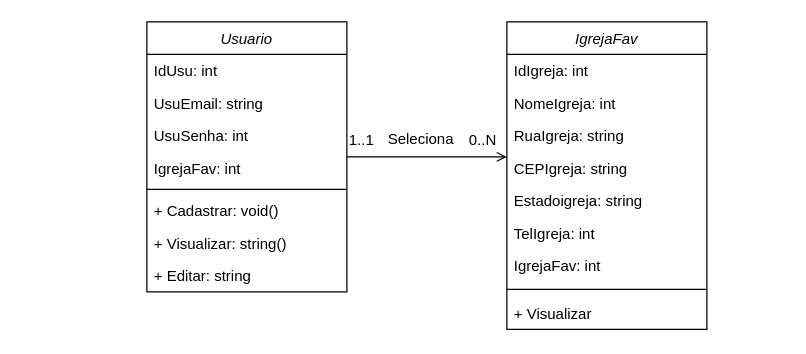
Above: Diagramas e Descrições/Diagrama sem nome.drawio in GustavoPisanello/SpreadBible (draw.io), before the change. Source tidied: cells renumbered, new cells numbered last; positions are measured from the earlier drawing's top-left corner, leaving out a move shared by most shapes. Both pictures are drawn from the tidied source at 125%, with x=0, y=0 at pixel (146, 21).
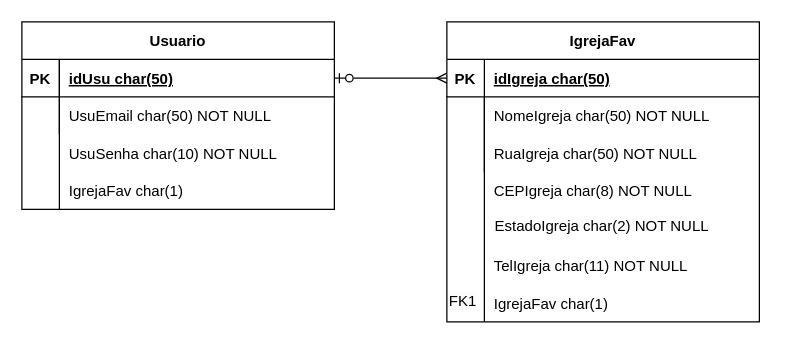
After the change.

What changed in the source:
```diff
@@
-    <mxCell id="0" />
-    <mxCell id="1" parent="0" />
+    <mxCell id="25" />
+    <mxCell id="26" parent="25" />
+    <mxCell id="27" style="edgeStyle=entityRelationEdgeStyle;endArrow=ERmany;startArrow=ERzeroToOne;endFill=0;startFill=0;entryX=0;entryY=0.5;entryDx=0;entryDy=0;" parent="26" edge="1" source="37" target="28">
+      <mxGeometry relative="1" as="geometry" />
+    </mxCell>
+    <mxCell id="11" value="IgrejaFav" style="shape=table;startSize=30;childLayout=tableLayout;rowLines=0;fontStyle=1;align=center;" parent="26" vertex="1">
+      <mxGeometry x="240" width="250" height="240" as="geometry" />
+    </mxCell>
+    <mxCell id="28" style="shape=partialRectangle;fillColor=none;points=[[0,0.5],[1,0.5]];portConstraint=eastwest;top=0;left=0;right=0;bottom=1;" parent="11" vertex="1">
+      <mxGeometry y="30" width="250" height="30" as="geometry" />
+    </mxCell>
+    <mxCell id="29" value="PK" style="shape=partialRectangle;overflow=hidden;fillColor=none;top=0;left=0;bottom=0;right=0;fontStyle=1;" parent="28" vertex="1">
+      <mxGeometry width="30" height="30" as="geometry" />
+    </mxCell>
+    <mxCell id="30" value="idIgreja char(50)" style="shape=partialRectangle;overflow=hidden;fillColor=none;top=0;left=0;bottom=0;right=0;align=left;spacingLeft=6;fontStyle=5;" parent="28" vertex="1">
+      <mxGeometry x="30" width="220" height="30" as="geometry" />
+    </mxCell>
+    <mxCell id="31" style="shape=partialRectangle;fillColor=none;top=0;left=0;right=0;bottom=0;" parent="11" vertex="1">
+      <mxGeometry y="60" width="250" height="30" as="geometry" />
+    </mxCell>
+    <mxCell id="32" style="shape=partialRectangle;overflow=hidden;fillColor=none;top=0;left=0;bottom=0;right=0;" parent="31" vertex="1">
+      <mxGeometry width="30" height="30" as="geometry" />
+    </mxCell>
+    <mxCell id="33" value="NomeIgreja char(50) NOT NULL" style="shape=partialRectangle;overflow=hidden;fillColor=none;top=0;left=0;bottom=0;right=0;align=left;spacingLeft=6;" parent="31" vertex="1">
+      <mxGeometry x="30" width="220" height="30" as="geometry" />
+    </mxCell>
+    <mxCell id="34" style="shape=partialRectangle;fillColor=none;top=0;left=0;right=0;bottom=0;" parent="11" vertex="1">
+      <mxGeometry y="90" width="250" height="30" as="geometry" />
+    </mxCell>
+    <mxCell id="35" style="shape=partialRectangle;overflow=hidden;fillColor=none;top=0;left=0;bottom=0;right=0;" parent="34" vertex="1">
+      <mxGeometry width="30" height="30" as="geometry" />
+    </mxCell>
+    <mxCell id="36" value="RuaIgreja char(50) NOT NULL" style="shape=partialRectangle;overflow=hidden;fillColor=none;top=0;left=0;bottom=0;right=0;align=left;spacingLeft=6;" parent="34" vertex="1">
+      <mxGeometry x="30" width="220" height="30" as="geometry" />
+    </mxCell>
-    <mxCell id="2" value="Usuario" style="swimlane;fontStyle=2;align=center;verticalAlign=top;horizontal=1;startSize=26;rounded=0;shadow=0;strokeWidth=1;" parent="1" vertex="1">
-      <mxGeometry width="160" height="216" as="geometry" />
+    <mxCell id="2" value="Usuario" style="shape=table;startSize=30;childLayout=tableLayout;rowLines=0;fontStyle=1;align=center;" parent="26" vertex="1">
+      <mxGeometry x="-100" width="250" height="150" as="geometry" />
     </mxCell>
-    <mxCell id="3" value="IdUsu: int" style="text;align=left;verticalAlign=top;spacingLeft=4;spacingRight=4;overflow=hidden;" parent="2" vertex="1">
-      <mxGeometry y="26" width="160" height="26" as="geometry" />
-    </mxCell>
-    <mxCell id="4" value="UsuEmail: string" style="text;align=left;verticalAlign=top;spacingLeft=4;spacingRight=4;overflow=hidden;rounded=0;shadow=0;html=0;" parent="2" vertex="1">
-      <mxGeometry y="52" width="160" height="26" as="geometry" />
-    </mxCell>
-    <mxCell id="5" value="UsuSenha: int" style="text;align=left;verticalAlign=top;spacingLeft=4;spacingRight=4;overflow=hidden;rounded=0;shadow=0;html=0;" parent="2" vertex="1">
-      <mxGeometry y="78" width="160" height="26" as="geometry" />
-    </mxCell>
-    <mxCell id="6" value="IgrejaFav: int" style="text;align=left;verticalAlign=top;spacingLeft=4;spacingRight=4;overflow=hidden;rounded=0;shadow=0;html=0;" parent="2" vertex="1">
-      <mxGeometry y="104" width="160" height="26" as="geometry" />
-    </mxCell>
-    <mxCell id="7" style="line;html=1;strokeWidth=1;align=left;verticalAlign=middle;spacingTop=-1;spacingLeft=3;spacingRight=3;labelPosition=right;" parent="2" vertex="1">
-      <mxGeometry y="130" width="160" height="8" as="geometry" />
-    </mxCell>
-    <mxCell id="8" value="+ Cadastrar: void()" style="text;align=left;verticalAlign=top;spacingLeft=4;spacingRight=4;overflow=hidden;" parent="2" vertex="1">
-      <mxGeometry y="138" width="160" height="26" as="geometry" />
-    </mxCell>
-    <mxCell id="9" value="+ Visualizar: string()" style="text;align=left;verticalAlign=top;spacingLeft=4;spacingRight=4;overflow=hidden;" parent="2" vertex="1">
-      <mxGeometry y="164" width="160" height="26" as="geometry" />
-    </mxCell>
-    <mxCell id="10" value="+ Editar: string" style="text;align=left;verticalAlign=top;spacingLeft=4;spacingRight=4;overflow=hidden;" parent="2" vertex="1">
-      <mxGeometry y="190" width="160" height="26" as="geometry" />
-    </mxCell>
-    <mxCell id="11" value="IgrejaFav" style="swimlane;fontStyle=2;align=center;verticalAlign=top;horizontal=1;startSize=26;rounded=0;shadow=0;strokeWidth=1;" parent="1" vertex="1">
-      <mxGeometry x="288" width="160" height="246" as="geometry" />
-    </mxCell>
-    <mxCell id="12" value="IdIgreja: int" style="text;align=left;verticalAlign=top;spacingLeft=4;spacingRight=4;overflow=hidden;" parent="11" vertex="1">
-      <mxGeometry y="26" width="160" height="26" as="geometry" />
-    </mxCell>
-    <mxCell id="13" value="NomeIgreja: int" style="text;align=left;verticalAlign=top;spacingLeft=4;spacingRight=4;overflow=hidden;rounded=0;shadow=0;html=0;" parent="11" vertex="1">
-      <mxGeometry y="52" width="160" height="26" as="geometry" />
-    </mxCell>
-    <mxCell id="14" value="RuaIgreja: string" style="text;align=left;verticalAlign=top;spacingLeft=4;spacingRight=4;overflow=hidden;rounded=0;shadow=0;html=0;" parent="11" vertex="1">
-      <mxGeometry y="78" width="160" height="26" as="geometry" />
-    </mxCell>
-    <mxCell id="15" value="CEPIgreja: string" style="text;align=left;verticalAlign=top;spacingLeft=4;spacingRight=4;overflow=hidden;rounded=0;shadow=0;html=0;" parent="11" vertex="1">
-      <mxGeometry y="104" width="160" height="26" as="geometry" />
-    </mxCell>
-    <mxCell id="16" value="Estadoigreja: string" style="text;align=left;verticalAlign=top;spacingLeft=4;spacingRight=4;overflow=hidden;rounded=0;shadow=0;html=0;" parent="11" vertex="1">
-      <mxGeometry y="130" width="160" height="26" as="geometry" />
-    </mxCell>
-    <mxCell id="17" value="TelIgreja: int" style="text;align=left;verticalAlign=top;spacingLeft=4;spacingRight=4;overflow=hidden;rounded=0;shadow=0;html=0;" parent="11" vertex="1">
-      <mxGeometry y="156" width="160" height="26" as="geometry" />
-    </mxCell>
-    <mxCell id="18" value="IgrejaFav: int" style="text;align=left;verticalAlign=top;spacingLeft=4;spacingRight=4;overflow=hidden;rounded=0;shadow=0;html=0;" parent="11" vertex="1">
-      <mxGeometry y="182" width="160" height="26" as="geometry" />
-    </mxCell>
-    <mxCell id="19" style="line;html=1;strokeWidth=1;align=left;verticalAlign=middle;spacingTop=-1;spacingLeft=3;spacingRight=3;labelPosition=right;" parent="11" vertex="1">
-      <mxGeometry y="208" width="160" height="12" as="geometry" />
-    </mxCell>
-    <mxCell id="20" value="+ Visualizar" style="text;align=left;verticalAlign=top;spacingLeft=4;spacingRight=4;overflow=hidden;" parent="11" vertex="1">
-      <mxGeometry y="220" width="160" height="20" as="geometry" />
-    </mxCell>
-    <mxCell id="21" style="endArrow=open;shadow=0;strokeWidth=1;rounded=0;endFill=1;edgeStyle=elbowEdgeStyle;elbow=vertical;" parent="1" edge="1" source="2" target="11">
-      <mxGeometry x="0.5" y="41" relative="1" as="geometry">
-        <mxPoint x="-40" y="32" as="offset" />
-      </mxGeometry>
-    </mxCell>
-    <mxCell id="22" value="1..1" style="align=left;verticalAlign=bottom;labelBackgroundColor=none;fontSize=12;" parent="21" vertex="1">
-      <mxGeometry x="-1" relative="1" as="geometry">
-        <mxPoint y="-5" as="offset" />
-      </mxGeometry>
-    </mxCell>
-    <mxCell id="23" value="0..N" style="align=right;verticalAlign=bottom;labelBackgroundColor=none;fontSize=12;" parent="21" vertex="1">
-      <mxGeometry x="1" relative="1" as="geometry">
-        <mxPoint x="-7" y="-5" as="offset" />
-      </mxGeometry>
-    </mxCell>
-    <mxCell id="24" value="Seleciona" style="text;html=1;align=center;verticalAlign=middle;labelBackgroundColor=none;rounded=0;shadow=0;strokeWidth=1;fontSize=12;" parent="21" vertex="1">
-      <mxGeometry x="0.5" y="49" relative="1" as="geometry">
-        <mxPoint x="-38" y="34" as="offset" />
-      </mxGeometry>
-    </mxCell>
+    <mxCell id="37" style="shape=partialRectangle;fillColor=none;points=[[0,0.5],[1,0.5]];portConstraint=eastwest;top=0;left=0;right=0;bottom=1;" parent="2" vertex="1">
+      <mxGeometry y="30" width="250" height="30" as="geometry" />
+    </mxCell>
+    <mxCell id="38" value="PK" style="shape=partialRectangle;overflow=hidden;fillColor=none;top=0;left=0;bottom=0;right=0;fontStyle=1;" parent="37" vertex="1">
+      <mxGeometry width="30" height="30" as="geometry" />
+    </mxCell>
+    <mxCell id="39" value="idUsu char(50)" style="shape=partialRectangle;overflow=hidden;fillColor=none;top=0;left=0;bottom=0;right=0;align=left;spacingLeft=6;fontStyle=5;" parent="37" vertex="1">
+      <mxGeometry x="30" width="220" height="30" as="geometry" />
+    </mxCell>
+    <mxCell id="40" style="shape=partialRectangle;fillColor=none;top=0;left=0;right=0;bottom=0;" parent="2" vertex="1">
+      <mxGeometry y="60" width="250" height="30" as="geometry" />
+    </mxCell>
+    <mxCell id="41" style="shape=partialRectangle;overflow=hidden;fillColor=none;top=0;left=0;bottom=0;right=0;" parent="40" vertex="1">
+      <mxGeometry width="30" height="30" as="geometry" />
+    </mxCell>
+    <mxCell id="42" value="UsuEmail char(50) NOT NULL" style="shape=partialRectangle;overflow=hidden;fillColor=none;top=0;left=0;bottom=0;right=0;align=left;spacingLeft=6;" parent="40" vertex="1">
+      <mxGeometry x="30" width="220" height="30" as="geometry" />
+    </mxCell>
+    <mxCell id="43" style="endArrow=none;html=1;rounded=0;entryX=0.12;entryY=0.024;entryDx=0;entryDy=0;entryPerimeter=0;" parent="26" edge="1" target="37">
+      <mxGeometry relative="1" as="geometry">
+        <mxPoint x="-70" y="150" as="sourcePoint" />
+      </mxGeometry>
+    </mxCell>
+    <mxCell id="44" value="UsuSenha char(10) NOT NULL" style="shape=partialRectangle;overflow=hidden;fillColor=none;top=0;left=0;bottom=0;right=0;align=left;spacingLeft=6;" parent="26" vertex="1">
+      <mxGeometry x="-70" y="90" width="220" height="30" as="geometry" />
+    </mxCell>
+    <mxCell id="45" value="IgrejaFav char(1) " style="shape=partialRectangle;overflow=hidden;fillColor=none;top=0;left=0;bottom=0;right=0;align=left;spacingLeft=6;" parent="26" vertex="1">
+      <mxGeometry x="-70" y="120" width="220" height="30" as="geometry" />
+    </mxCell>
+    <mxCell id="46" style="endArrow=none;html=1;rounded=0;exitX=0.5;exitY=1;exitDx=0;exitDy=0;" parent="26" edge="1" source="50">
+      <mxGeometry relative="1" as="geometry">
+        <mxPoint x="270" y="60" as="targetPoint" />
+      </mxGeometry>
+    </mxCell>
+    <mxCell id="47" value="CEPIgreja char(8) NOT NULL" style="shape=partialRectangle;overflow=hidden;fillColor=none;top=0;left=0;bottom=0;right=0;align=left;spacingLeft=6;" parent="26" vertex="1">
+      <mxGeometry x="270" y="120" width="220" height="30" as="geometry" />
+    </mxCell>
+    <mxCell id="48" value="TelIgreja char(11) NOT NULL" style="shape=partialRectangle;overflow=hidden;fillColor=none;top=0;left=0;bottom=0;right=0;align=left;spacingLeft=6;" parent="26" vertex="1">
+      <mxGeometry x="270" y="180" width="220" height="30" as="geometry" />
+    </mxCell>
+    <mxCell id="49" value="IgrejaFav char(1)" style="shape=partialRectangle;overflow=hidden;fillColor=none;top=0;left=0;bottom=0;right=0;align=left;spacingLeft=6;" parent="26" vertex="1">
+      <mxGeometry x="270" y="210" width="220" height="30" as="geometry" />
+    </mxCell>
+    <mxCell id="50" value="&lt;span style=&quot;color: rgb(0, 0, 0); font-family: Helvetica; font-size: 12px; font-style: normal; font-variant-ligatures: normal; font-variant-caps: normal; font-weight: 400; letter-spacing: normal; orphans: 2; text-align: center; text-indent: 0px; text-transform: none; widows: 2; word-spacing: 0px; -webkit-text-stroke-width: 0px; background-color: rgb(251, 251, 251); text-decoration-thickness: initial; text-decoration-style: initial; text-decoration-color: initial; float: none; display: inline !important;&quot;&gt;FK1&lt;/span&gt;" style="text;whiteSpace=wrap;html=1;" parent="26" vertex="1">
+      <mxGeometry x="240" y="210" width="60" height="30" as="geometry" />
+    </mxCell>
+    <mxCell id="51" style="edgeStyle=orthogonalEdgeStyle;rounded=0;orthogonalLoop=1;jettySize=auto;html=1;exitX=0.5;exitY=1;exitDx=0;exitDy=0;" parent="26" edge="1" source="50" target="50">
+      <mxGeometry relative="1" as="geometry" />
+    </mxCell>
+    <mxCell id="52" style="shape=partialRectangle;overflow=hidden;fillColor=none;top=0;left=0;bottom=0;right=0;align=left;spacingLeft=6;" parent="26" vertex="1">
+      <mxGeometry x="270" y="150" width="220" height="30" as="geometry" />
+    </mxCell>
+    <mxCell id="53" value="&amp;nbsp; EstadoIgreja char(2) NOT NULL" style="text;whiteSpace=wrap;html=1;" parent="26" vertex="1">
+      <mxGeometry x="270" y="150" width="240" height="45" as="geometry" />
+    </mxCell>
+    <mxCell id="54" style="shape=partialRectangle;overflow=hidden;fillColor=none;top=0;left=0;bottom=0;right=0;align=left;spacingLeft=6;" parent="26" vertex="1">
+      <mxGeometry x="10" y="210" width="220" height="30" as="geometry" />
+    </mxCell>
```
